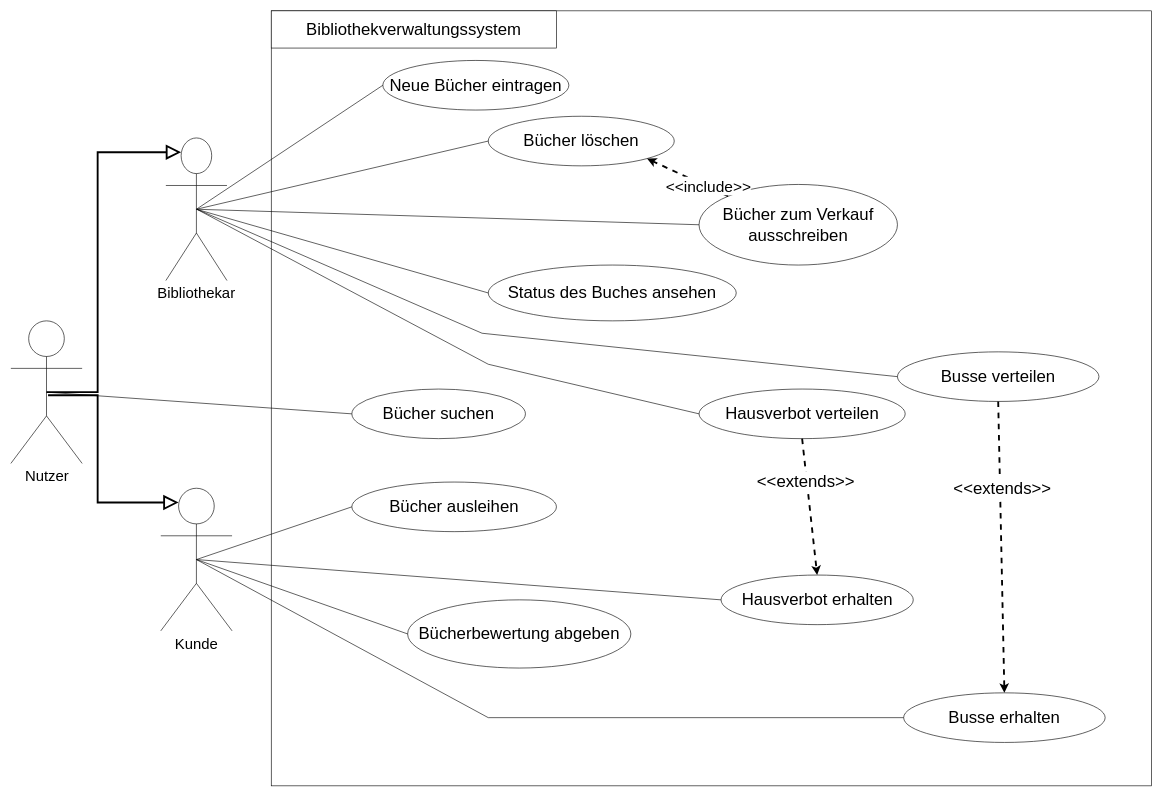
This is UseCase.drawio from tatjanarusso/Library, a draw.io file, before an edit. Source tidied: cells renumbered, new cells numbered last; positions are measured from the earlier drawing's top-left corner, leaving out a move shared by most shapes. Both pictures are drawn from the tidied source at 62%, with x=0, y=0 at pixel (11, 11).
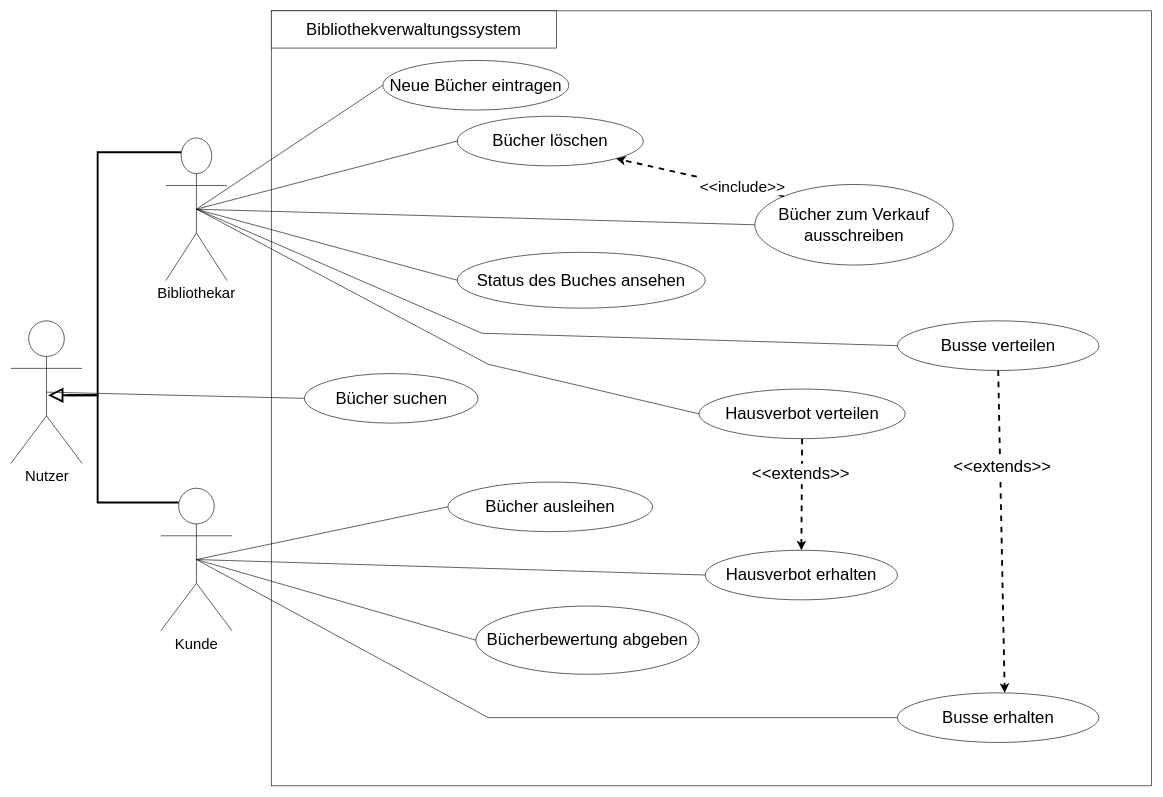
The same diagram, later.

Unchanged cells that the change refers to:
```xml
<mxCell id="3" value="&lt;font style=&quot;font-size: 24px&quot;&gt;Bibliothekar&lt;/font&gt;" style="shape=umlActor;verticalLabelPosition=bottom;verticalAlign=top;html=1;outlineConnect=0;" parent="1" vertex="1">
  <mxGeometry x="250" y="205" width="98.6" height="230" as="geometry" />
</mxCell>
<mxCell id="4" value="&lt;font style=&quot;font-size: 24px&quot;&gt;Kunde&lt;/font&gt;" style="shape=umlActor;verticalLabelPosition=bottom;verticalAlign=top;html=1;outlineConnect=0;fontSize=20;" parent="1" vertex="1">
  <mxGeometry x="241.8" y="770" width="115" height="230" as="geometry" />
</mxCell>
<mxCell id="32" value="&lt;span style=&quot;font-size: 24px&quot;&gt;Nutzer&lt;/span&gt;" style="shape=umlActor;verticalLabelPosition=bottom;verticalAlign=top;html=1;outlineConnect=0;fontSize=20;" parent="1" vertex="1">
  <mxGeometry y="500" width="115" height="230" as="geometry" />
</mxCell>
```

Diff of the diagram source:
```diff
@@
     <mxCell id="6" value="Bücher suchen" style="ellipse;whiteSpace=wrap;html=1;fontSize=27;" parent="1" vertex="1">
-      <mxGeometry x="550" y="610" width="280" height="80" as="geometry" />
+      <mxGeometry x="473.5" y="585" width="280" height="80" as="geometry" />
     </mxCell>
     <mxCell id="7" value="Status des Buches ansehen" style="ellipse;whiteSpace=wrap;html=1;fontSize=27;" parent="1" vertex="1">
-      <mxGeometry x="770" y="410" width="400" height="90" as="geometry" />
+      <mxGeometry x="720" y="389.5" width="400" height="90" as="geometry" />
     </mxCell>
@@
     <mxCell id="9" value="Bücher löschen" style="ellipse;whiteSpace=wrap;html=1;fontSize=27;" parent="1" vertex="1">
-      <mxGeometry x="770" y="170" width="300" height="80" as="geometry" />
+      <mxGeometry x="720" y="170" width="300" height="80" as="geometry" />
     </mxCell>
     <mxCell id="10" value="Bücher zum Verkauf ausschreiben" style="ellipse;whiteSpace=wrap;html=1;fontSize=27;" parent="1" vertex="1">
-      <mxGeometry x="1110" y="280" width="320" height="130" as="geometry" />
+      <mxGeometry x="1200" y="280" width="320" height="130" as="geometry" />
     </mxCell>
     <mxCell id="11" value="Bücher ausleihen" style="ellipse;whiteSpace=wrap;html=1;fontSize=27;" parent="1" vertex="1">
-      <mxGeometry x="550" y="760" width="330" height="80" as="geometry" />
+      <mxGeometry x="705" y="760" width="330" height="80" as="geometry" />
     </mxCell>
     <mxCell id="12" value="Busse verteilen" style="ellipse;whiteSpace=wrap;html=1;fontSize=27;" parent="1" vertex="1">
-      <mxGeometry x="1430" y="550" width="325" height="80" as="geometry" />
+      <mxGeometry x="1430" y="500" width="325" height="80" as="geometry" />
     </mxCell>
     <mxCell id="13" value="Bücherbewertung abgeben" style="ellipse;whiteSpace=wrap;html=1;fontSize=27;" parent="1" vertex="1">
-      <mxGeometry x="640" y="950" width="360" height="110" as="geometry" />
+      <mxGeometry x="750" y="960" width="360" height="110" as="geometry" />
     </mxCell>
     <mxCell id="14" value="Hausverbot erhalten" style="ellipse;whiteSpace=wrap;html=1;fontSize=27;" parent="1" vertex="1">
-      <mxGeometry x="1145.5" y="910" width="310" height="80" as="geometry" />
+      <mxGeometry x="1120" y="870" width="310" height="80" as="geometry" />
     </mxCell>
@@
     <mxCell id="16" value="Busse erhalten" style="ellipse;whiteSpace=wrap;html=1;fontSize=27;" parent="1" vertex="1">
-      <mxGeometry x="1440" y="1100" width="325" height="80" as="geometry" />
+      <mxGeometry x="1430" y="1100" width="325" height="80" as="geometry" />
     </mxCell>
@@
-    <mxCell id="27" style="endArrow=classic;html=1;rounded=0;fontSize=27;exitX=0.5;exitY=1;exitDx=0;exitDy=0;entryX=0.5;entryY=0;entryDx=0;entryDy=0;dashed=1;strokeWidth=3;" parent="1" edge="1" source="12" target="16">
-      <mxGeometry relative="1" as="geometry" />
+    <mxCell id="27" style="endArrow=classic;html=1;rounded=0;fontSize=27;exitX=0.5;exitY=1;exitDx=0;exitDy=0;dashed=1;strokeWidth=3;" parent="1" edge="1" source="12">
+      <mxGeometry relative="1" as="geometry">
+        <mxPoint x="1603" y="1100" as="targetPoint" />
+      </mxGeometry>
     </mxCell>
@@
-    <mxCell id="33" style="endArrow=block;html=1;rounded=0;fontSize=27;strokeWidth=3;endFill=0;exitX=0.5;exitY=0.5;exitDx=0;exitDy=0;exitPerimeter=0;entryX=0.25;entryY=0.1;entryDx=0;entryDy=0;entryPerimeter=0;endSize=17;" parent="1" edge="1" source="32" target="3">
+    <mxCell id="33" style="endArrow=none;html=1;rounded=0;fontSize=27;strokeWidth=3;endFill=0;entryX=0.25;entryY=0.1;entryDx=0;entryDy=0;entryPerimeter=0;endSize=17;startArrow=block;startFill=0;startSize=17;" parent="1" edge="1" target="3">
       <mxGeometry relative="1" as="geometry">
+        <mxPoint x="60" y="620" as="sourcePoint" />
         <Array as="points">
-          <mxPoint x="140" y="615" />
+          <mxPoint x="140" y="620" />
           <mxPoint x="140" y="228" />
         </Array>
       </mxGeometry>
     </mxCell>
-    <mxCell id="34" style="endArrow=block;html=1;rounded=0;fontSize=27;strokeWidth=3;endFill=0;entryX=0.25;entryY=0.1;entryDx=0;entryDy=0;entryPerimeter=0;endSize=17;" parent="1" edge="1" target="4">
+    <mxCell id="34" style="endArrow=none;html=1;rounded=0;fontSize=27;strokeWidth=3;endFill=0;entryX=0.25;entryY=0.1;entryDx=0;entryDy=0;entryPerimeter=0;endSize=17;" parent="1" edge="1" target="4">
       <mxGeometry relative="1" as="geometry">
-        <mxPoint x="60" y="620" as="sourcePoint" />
+        <mxPoint x="90" y="620" as="sourcePoint" />
         <Array as="points">
           <mxPoint x="140" y="620" />
           <mxPoint x="140" y="793" />
         </Array>
       </mxGeometry>
     </mxCell>
-    <mxCell id="35" style="endArrow=none;html=1;rounded=0;fontSize=27;endSize=17;strokeWidth=1;exitX=0.5;exitY=0.5;exitDx=0;exitDy=0;exitPerimeter=0;entryX=0;entryY=0.5;entryDx=0;entryDy=0;" parent="1" edge="1" source="32" target="6">
+    <mxCell id="35" style="endArrow=none;html=1;rounded=0;fontSize=27;endSize=17;strokeWidth=1;entryX=0;entryY=0.5;entryDx=0;entryDy=0;exitX=0.5;exitY=0.5;exitDx=0;exitDy=0;exitPerimeter=0;" parent="1" edge="1" source="32" target="6">
       <mxGeometry relative="1" as="geometry" />
     </mxCell>
```
